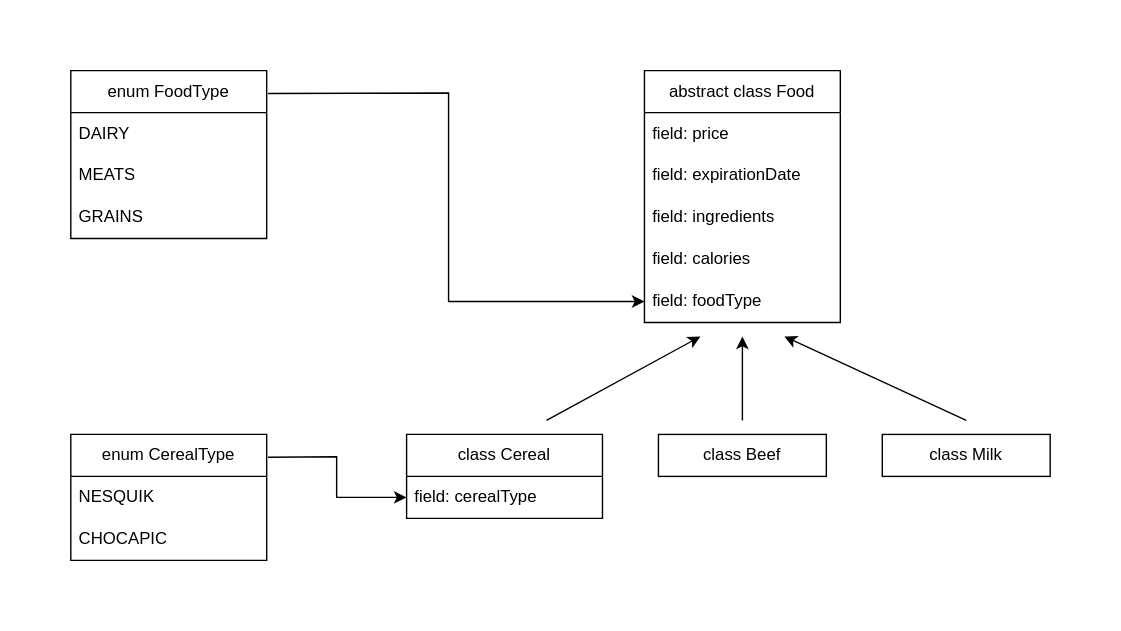
Before: ClassDesign.svg, a diagram exported from draw.io (DragosGhinea/AuctionsSystem). Source tidied: cells renumbered, new cells last; positions are measured from the earlier drawing's top-left corner, leaving out a move shared by most shapes. Its diagram source:
```xml
<mxGraphModel>
  <root>
    <mxCell id="0" />
    <mxCell id="1" parent="0" />
    <mxCell id="2" value="enum FoodType" style="swimlane;fontStyle=0;horizontal=1;startSize=30;whiteSpace=wrap;html=1;" parent="1" vertex="1">
      <mxGeometry width="140" height="120" as="geometry" />
    </mxCell>
    <mxCell id="3" value="DAIRY" style="text;strokeColor=none;fillColor=none;align=left;verticalAlign=middle;spacingLeft=4;spacingRight=4;overflow=hidden;whiteSpace=wrap;html=1;" parent="2" vertex="1">
      <mxGeometry y="30" width="140" height="30" as="geometry" />
    </mxCell>
    <mxCell id="4" value="MEATS" style="text;strokeColor=none;fillColor=none;align=left;verticalAlign=middle;spacingLeft=4;spacingRight=4;overflow=hidden;whiteSpace=wrap;html=1;" parent="2" vertex="1">
      <mxGeometry y="60" width="140" height="30" as="geometry" />
    </mxCell>
    <mxCell id="5" value="GRAINS" style="text;strokeColor=none;fillColor=none;align=left;verticalAlign=middle;spacingLeft=4;spacingRight=4;overflow=hidden;whiteSpace=wrap;html=1;" parent="2" vertex="1">
      <mxGeometry y="90" width="140" height="30" as="geometry" />
    </mxCell>
    <mxCell id="6" value="abstract class Food" style="swimlane;fontStyle=0;horizontal=1;startSize=30;whiteSpace=wrap;html=1;" parent="1" vertex="1">
      <mxGeometry x="410" width="140" height="180" as="geometry" />
    </mxCell>
    <mxCell id="7" value="field: price" style="text;strokeColor=none;fillColor=none;align=left;verticalAlign=middle;spacingLeft=4;spacingRight=4;overflow=hidden;whiteSpace=wrap;html=1;" parent="6" vertex="1">
      <mxGeometry y="30" width="140" height="30" as="geometry" />
    </mxCell>
    <mxCell id="8" value="field: expirationDate" style="text;strokeColor=none;fillColor=none;align=left;verticalAlign=middle;spacingLeft=4;spacingRight=4;overflow=hidden;whiteSpace=wrap;html=1;" parent="6" vertex="1">
      <mxGeometry y="60" width="140" height="30" as="geometry" />
    </mxCell>
    <mxCell id="9" value="field: ingredients" style="text;strokeColor=none;fillColor=none;align=left;verticalAlign=middle;spacingLeft=4;spacingRight=4;overflow=hidden;whiteSpace=wrap;html=1;" parent="6" vertex="1">
      <mxGeometry y="90" width="140" height="30" as="geometry" />
    </mxCell>
    <mxCell id="10" value="field: calories" style="text;strokeColor=none;fillColor=none;align=left;verticalAlign=middle;spacingLeft=4;spacingRight=4;overflow=hidden;whiteSpace=wrap;html=1;" parent="6" vertex="1">
      <mxGeometry y="120" width="140" height="30" as="geometry" />
    </mxCell>
    <mxCell id="11" value="field: foodType" style="text;strokeColor=none;fillColor=none;align=left;verticalAlign=middle;spacingLeft=4;spacingRight=4;overflow=hidden;points=[[0,0.5],[1,0.5]];portConstraint=eastwest;whiteSpace=wrap;html=1;" parent="6" vertex="1">
      <mxGeometry y="150" width="140" height="30" as="geometry" />
    </mxCell>
    <mxCell id="12" value="class Beef" style="rounded=0;whiteSpace=wrap;html=1;" parent="1" vertex="1">
      <mxGeometry x="420" y="260" width="120" height="30" as="geometry" />
    </mxCell>
    <mxCell id="13" value="class Milk" style="rounded=0;whiteSpace=wrap;html=1;" parent="1" vertex="1">
      <mxGeometry x="580" y="260" width="120" height="30" as="geometry" />
    </mxCell>
    <mxCell id="14" value="class Cereal" style="swimlane;fontStyle=0;horizontal=1;startSize=30;whiteSpace=wrap;html=1;" parent="1" vertex="1">
      <mxGeometry x="240" y="260" width="140" height="60" as="geometry" />
    </mxCell>
    <mxCell id="15" value="field: cerealType" style="text;strokeColor=none;fillColor=none;align=left;verticalAlign=middle;spacingLeft=4;spacingRight=4;overflow=hidden;points=[[0,0.5],[1,0.5]];portConstraint=eastwest;whiteSpace=wrap;html=1;" parent="14" vertex="1">
      <mxGeometry y="30" width="140" height="30" as="geometry" />
    </mxCell>
    <mxCell id="16" value="enum CerealType" style="swimlane;fontStyle=0;horizontal=1;startSize=30;whiteSpace=wrap;html=1;" parent="1" vertex="1">
      <mxGeometry y="260" width="140" height="90" as="geometry" />
    </mxCell>
    <mxCell id="17" value="NESQUIK" style="text;strokeColor=none;fillColor=none;align=left;verticalAlign=middle;spacingLeft=4;spacingRight=4;overflow=hidden;whiteSpace=wrap;html=1;" parent="16" vertex="1">
      <mxGeometry y="30" width="140" height="30" as="geometry" />
    </mxCell>
    <mxCell id="18" value="CHOCAPIC" style="text;strokeColor=none;fillColor=none;align=left;verticalAlign=middle;spacingLeft=4;spacingRight=4;overflow=hidden;whiteSpace=wrap;html=1;" parent="16" vertex="1">
      <mxGeometry y="60" width="140" height="30" as="geometry" />
    </mxCell>
    <mxCell id="19" style="endArrow=classic;html=1;rounded=0;exitX=1.007;exitY=0.136;exitDx=0;exitDy=0;exitPerimeter=0;entryX=0;entryY=0.5;entryDx=0;entryDy=0;" parent="1" edge="1" source="2" target="11">
      <mxGeometry relative="1" as="geometry">
        <Array as="points">
          <mxPoint x="270" y="16" />
          <mxPoint x="270" y="165" />
        </Array>
      </mxGeometry>
    </mxCell>
    <mxCell id="20" style="endArrow=classic;html=1;rounded=0;" parent="1" edge="1">
      <mxGeometry relative="1" as="geometry">
        <mxPoint x="340" y="250" as="sourcePoint" />
        <mxPoint x="450" y="190" as="targetPoint" />
      </mxGeometry>
    </mxCell>
    <mxCell id="21" style="endArrow=classic;html=1;rounded=0;" parent="1" edge="1">
      <mxGeometry relative="1" as="geometry">
        <mxPoint x="480" y="250" as="sourcePoint" />
        <mxPoint x="480" y="190" as="targetPoint" />
      </mxGeometry>
    </mxCell>
    <mxCell id="22" style="endArrow=classic;html=1;rounded=0;" parent="1" edge="1">
      <mxGeometry relative="1" as="geometry">
        <mxPoint x="640" y="250" as="sourcePoint" />
        <mxPoint x="510" y="190" as="targetPoint" />
      </mxGeometry>
    </mxCell>
    <mxCell id="23" style="endArrow=classic;html=1;rounded=0;exitX=1.007;exitY=0.181;exitDx=0;exitDy=0;entryX=0;entryY=0.5;entryDx=0;entryDy=0;exitPerimeter=0;" parent="1" edge="1" source="16" target="15">
      <mxGeometry relative="1" as="geometry">
        <Array as="points">
          <mxPoint x="190" y="276" />
          <mxPoint x="190" y="305" />
        </Array>
      </mxGeometry>
    </mxCell>
  </root>
</mxGraphModel>
```
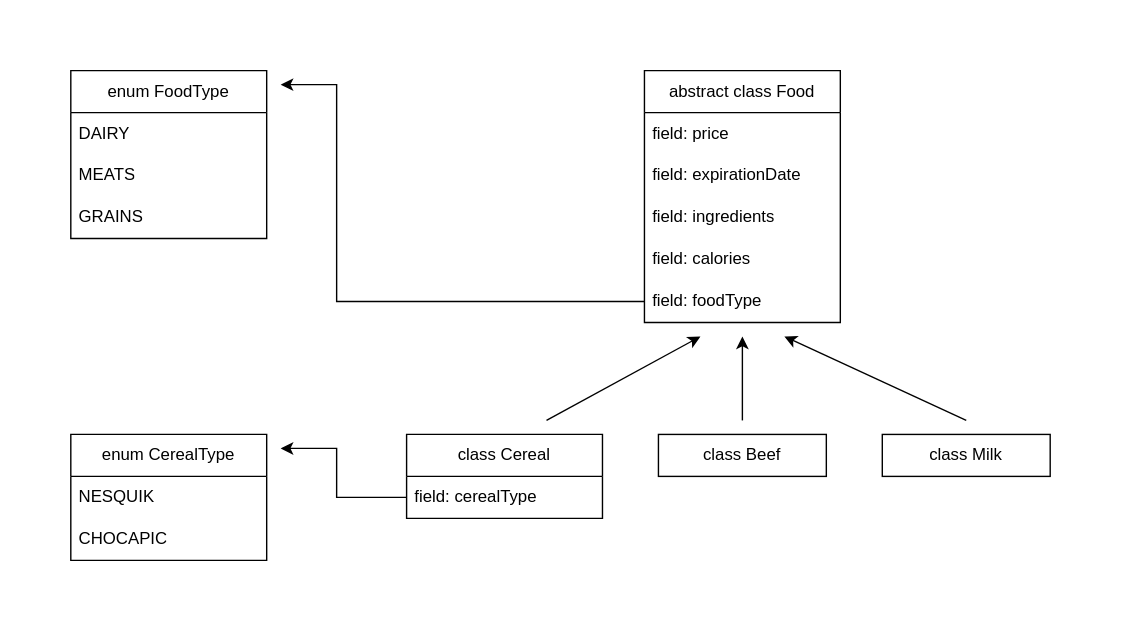
Above is the later version.

Diff of the diagram source:
```diff
@@ -53,14 +53,6 @@
     <mxCell id="18" value="CHOCAPIC" style="text;strokeColor=none;fillColor=none;align=left;verticalAlign=middle;spacingLeft=4;spacingRight=4;overflow=hidden;whiteSpace=wrap;html=1;" parent="16" vertex="1">
       <mxGeometry y="60" width="140" height="30" as="geometry" />
     </mxCell>
-    <mxCell id="19" style="endArrow=classic;html=1;rounded=0;exitX=1.007;exitY=0.136;exitDx=0;exitDy=0;exitPerimeter=0;entryX=0;entryY=0.5;entryDx=0;entryDy=0;" parent="1" edge="1" source="2" target="11">
-      <mxGeometry relative="1" as="geometry">
-        <Array as="points">
-          <mxPoint x="270" y="16" />
-          <mxPoint x="270" y="165" />
-        </Array>
-      </mxGeometry>
-    </mxCell>
     <mxCell id="20" style="endArrow=classic;html=1;rounded=0;" parent="1" edge="1">
       <mxGeometry relative="1" as="geometry">
         <mxPoint x="340" y="250" as="sourcePoint" />
@@ -79,13 +71,23 @@
         <mxPoint x="510" y="190" as="targetPoint" />
       </mxGeometry>
     </mxCell>
-    <mxCell id="23" style="endArrow=classic;html=1;rounded=0;exitX=1.007;exitY=0.181;exitDx=0;exitDy=0;entryX=0;entryY=0.5;entryDx=0;entryDy=0;exitPerimeter=0;" parent="1" edge="1" source="16" target="15">
-      <mxGeometry relative="1" as="geometry">
-        <Array as="points">
-          <mxPoint x="190" y="276" />
-          <mxPoint x="190" y="305" />
-        </Array>
-      </mxGeometry>
-    </mxCell>
+    <mxCell id="24" style="endArrow=classic;html=1;rounded=0;exitX=0;exitY=0.5;exitDx=0;exitDy=0;" parent="1" edge="1" source="11">
+      <mxGeometry relative="1" as="geometry">
+        <mxPoint x="150" y="10" as="targetPoint" />
+        <Array as="points">
+          <mxPoint x="190" y="165" />
+          <mxPoint x="190" y="10" />
+        </Array>
+      </mxGeometry>
+    </mxCell>
+    <mxCell id="25" style="endArrow=classic;html=1;rounded=0;exitX=0;exitY=0.5;exitDx=0;exitDy=0;" parent="1" edge="1" source="15">
+      <mxGeometry relative="1" as="geometry">
+        <mxPoint x="150" y="270" as="targetPoint" />
+        <Array as="points">
+          <mxPoint x="190" y="305" />
+          <mxPoint x="190" y="270" />
+        </Array>
+      </mxGeometry>
+    </mxCell>
   </root>
 </mxGraphModel>
```
